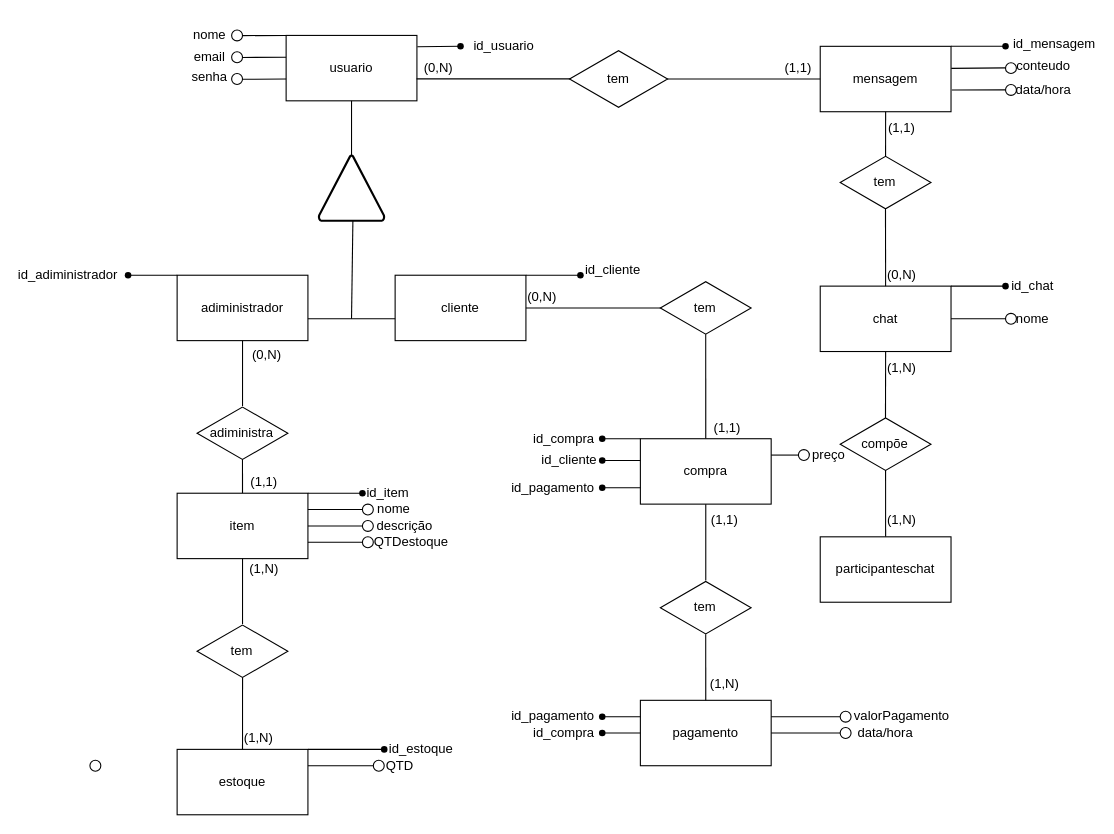
Above: modelo conceitual.drawio in AndreLuizWandscheerFranco/TCC (draw.io), before the change. Source tidied: cells renumbered, new cells numbered last; positions are measured from the earlier drawing's top-left corner, leaving out a move shared by most shapes. Both pictures are drawn from the tidied source at 109%, with x=0, y=0 at pixel (35, 19).
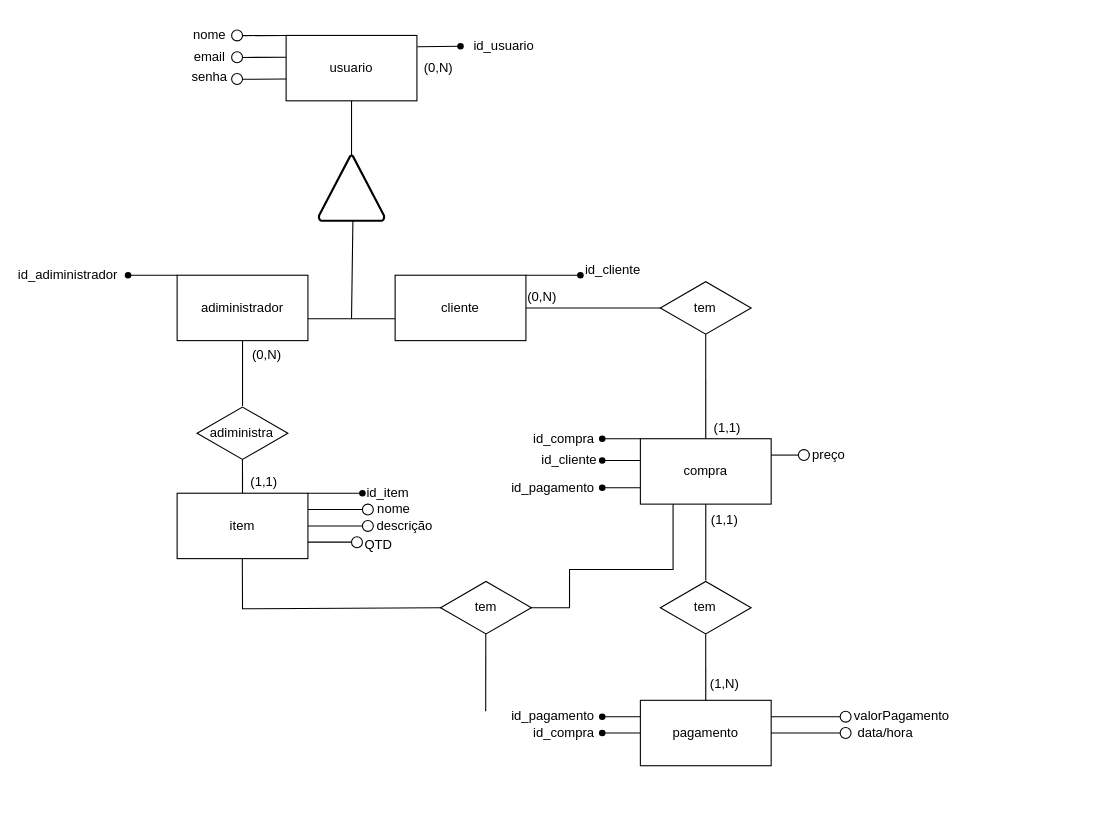
After the change.

The change refers to these unchanged cells:
```xml
<mxCell id="6" value="usuario" style="rounded=0;whiteSpace=wrap;html=1;" parent="1" vertex="1">
  <mxGeometry x="230" y="15" width="120" height="60" as="geometry" />
</mxCell>
<mxCell id="65" value="compra" style="rounded=0;whiteSpace=wrap;html=1;" parent="1" vertex="1">
  <mxGeometry x="555" y="385" width="120" height="60" as="geometry" />
</mxCell>
<mxCell id="101" value="item" style="rounded=0;whiteSpace=wrap;html=1;" parent="1" vertex="1">
  <mxGeometry x="130" y="435" width="120" height="60" as="geometry" />
</mxCell>
```

What changed in the source:
```diff
@@
-    <mxCell id="27" value="tem" style="html=1;whiteSpace=wrap;shape=isoRectangle;" parent="1" vertex="1">
-      <mxGeometry x="490" y="28" width="90" height="54" as="geometry" />
-    </mxCell>
-    <mxCell id="28" style="endArrow=none;html=1;rounded=0;entryX=0.015;entryY=0.497;entryDx=0;entryDy=0;entryPerimeter=0;exitX=0.997;exitY=0.665;exitDx=0;exitDy=0;exitPerimeter=0;" parent="1" edge="1" source="6" target="27">
-      <mxGeometry relative="1" as="geometry" />
-    </mxCell>
-    <mxCell id="29" value="mensagem" style="rounded=0;whiteSpace=wrap;html=1;" parent="1" vertex="1">
-      <mxGeometry x="720" y="25" width="120" height="60" as="geometry" />
-    </mxCell>
-    <mxCell id="30" style="endArrow=none;html=1;rounded=0;entryX=0;entryY=0.5;entryDx=0;entryDy=0;exitX=0.994;exitY=0.501;exitDx=0;exitDy=0;exitPerimeter=0;" parent="1" edge="1" source="27" target="29">
-      <mxGeometry relative="1" as="geometry" />
-    </mxCell>
@@
-    <mxCell id="32" value="(1,1)" style="text;html=1;align=center;verticalAlign=middle;whiteSpace=wrap;rounded=0;" parent="1" vertex="1">
-      <mxGeometry x="690" y="37.5" width="20" height="15" as="geometry" />
-    </mxCell>
-    <mxCell id="33" style="shape=waypoint;sketch=0;fillStyle=solid;size=6;fillColor=none;perimeter=centerPerimeter;" parent="1" vertex="1">
-      <mxGeometry x="880" y="15" width="20" height="20" as="geometry" />
-    </mxCell>
-    <mxCell id="34" style="endArrow=none;html=1;rounded=0;exitX=1;exitY=0;exitDx=0;exitDy=0;" parent="1" edge="1" source="29">
-      <mxGeometry relative="1" as="geometry">
-        <mxPoint x="890" y="25" as="targetPoint" />
-      </mxGeometry>
-    </mxCell>
-    <mxCell id="35" value="id_mensagem" style="text;html=1;align=center;verticalAlign=middle;whiteSpace=wrap;rounded=0;" parent="1" vertex="1">
-      <mxGeometry x="930" y="15" width="10" height="15" as="geometry" />
-    </mxCell>
-    <mxCell id="36" style="ellipse;whiteSpace=wrap;html=1;" parent="1" vertex="1">
-      <mxGeometry x="50" y="680" width="10" height="10" as="geometry" />
-    </mxCell>
-    <mxCell id="37" style="ellipse;whiteSpace=wrap;html=1;" parent="1" vertex="1">
-      <mxGeometry x="890" y="40" width="10" height="10" as="geometry" />
-    </mxCell>
-    <mxCell id="38" style="endArrow=none;html=1;rounded=0;exitX=1.002;exitY=0.673;exitDx=0;exitDy=0;exitPerimeter=0;" parent="1" edge="1">
-      <mxGeometry relative="1" as="geometry">
-        <mxPoint x="840.2" y="45.2" as="sourcePoint" />
-        <mxPoint x="890" y="44.8" as="targetPoint" />
-      </mxGeometry>
-    </mxCell>
-    <mxCell id="39" value="conteudo" style="text;html=1;align=center;verticalAlign=middle;whiteSpace=wrap;rounded=0;" parent="1" vertex="1">
-      <mxGeometry x="920" y="40" width="10" height="5" as="geometry" />
-    </mxCell>
-    <mxCell id="40" style="endArrow=none;html=1;rounded=0;exitX=1.006;exitY=0.669;exitDx=0;exitDy=0;exitPerimeter=0;entryX=-0.038;entryY=0.493;entryDx=0;entryDy=0;entryPerimeter=0;" parent="1" edge="1" source="29" target="41">
-      <mxGeometry relative="1" as="geometry" />
-    </mxCell>
-    <mxCell id="41" style="ellipse;whiteSpace=wrap;html=1;" parent="1" vertex="1">
-      <mxGeometry x="890" y="60" width="10" height="10" as="geometry" />
-    </mxCell>
-    <mxCell id="42" value="data/hora" style="text;html=1;align=center;verticalAlign=middle;whiteSpace=wrap;rounded=0;" parent="1" vertex="1">
-      <mxGeometry x="920" y="60" width="10" height="10" as="geometry" />
-    </mxCell>
-    <mxCell id="43" style="endArrow=none;html=1;rounded=0;entryX=0.5;entryY=1;entryDx=0;entryDy=0;exitX=0.5;exitY=0.016;exitDx=0;exitDy=0;exitPerimeter=0;" parent="1" edge="1" source="48" target="29">
-      <mxGeometry relative="1" as="geometry" />
-    </mxCell>
-    <mxCell id="44" value="chat" style="rounded=0;whiteSpace=wrap;html=1;" parent="1" vertex="1">
-      <mxGeometry x="720" y="245" width="120" height="60" as="geometry" />
-    </mxCell>
-    <mxCell id="45" style="shape=waypoint;sketch=0;fillStyle=solid;size=6;fillColor=none;perimeter=centerPerimeter;" parent="1" vertex="1">
-      <mxGeometry x="880" y="235" width="20" height="20" as="geometry" />
-    </mxCell>
-    <mxCell id="46" style="endArrow=none;html=1;rounded=0;exitX=1;exitY=0;exitDx=0;exitDy=0;" parent="1" edge="1">
-      <mxGeometry relative="1" as="geometry">
-        <mxPoint x="840" y="245" as="sourcePoint" />
-        <mxPoint x="890" y="245" as="targetPoint" />
-      </mxGeometry>
-    </mxCell>
-    <mxCell id="47" value="id_chat" style="text;html=1;align=center;verticalAlign=middle;whiteSpace=wrap;rounded=0;" parent="1" vertex="1">
-      <mxGeometry x="910" y="240" width="10" height="10" as="geometry" />
-    </mxCell>
-    <mxCell id="48" value="tem" style="html=1;whiteSpace=wrap;shape=isoRectangle;" parent="1" vertex="1">
-      <mxGeometry x="738.3" y="125" width="83.3" height="50" as="geometry" />
-    </mxCell>
-    <mxCell id="49" style="endArrow=none;html=1;rounded=0;entryX=0.499;entryY=0.977;entryDx=0;entryDy=0;entryPerimeter=0;exitX=0.5;exitY=0;exitDx=0;exitDy=0;" parent="1" edge="1" source="44" target="48">
-      <mxGeometry relative="1" as="geometry" />
-    </mxCell>
-    <mxCell id="50" value="(1,1)" style="text;html=1;align=center;verticalAlign=middle;whiteSpace=wrap;rounded=0;" parent="1" vertex="1">
-      <mxGeometry x="790" y="95" width="10" height="10" as="geometry" />
-    </mxCell>
-    <mxCell id="51" value="(0,N)" style="text;html=1;align=center;verticalAlign=middle;whiteSpace=wrap;rounded=0;" parent="1" vertex="1">
-      <mxGeometry x="790" y="230" width="10" height="10" as="geometry" />
-    </mxCell>
-    <mxCell id="52" style="ellipse;whiteSpace=wrap;html=1;" parent="1" vertex="1">
-      <mxGeometry x="890" y="270" width="10" height="10" as="geometry" />
-    </mxCell>
-    <mxCell id="53" style="endArrow=none;html=1;rounded=0;exitX=1;exitY=0.5;exitDx=0;exitDy=0;" parent="1" edge="1" source="44">
-      <mxGeometry relative="1" as="geometry">
-        <mxPoint x="890" y="275" as="targetPoint" />
-      </mxGeometry>
-    </mxCell>
-    <mxCell id="54" value="nome" style="text;html=1;align=center;verticalAlign=middle;whiteSpace=wrap;rounded=0;" parent="1" vertex="1">
-      <mxGeometry x="910" y="270" width="10" height="10" as="geometry" />
-    </mxCell>
@@
-    <mxCell id="56" value="compõe" style="html=1;whiteSpace=wrap;shape=isoRectangle;" parent="1" vertex="1">
-      <mxGeometry x="738.3" y="365" width="83.3" height="50" as="geometry" />
-    </mxCell>
-    <mxCell id="57" style="endArrow=none;html=1;rounded=0;entryX=0.5;entryY=1;entryDx=0;entryDy=0;exitX=0.499;exitY=0.02;exitDx=0;exitDy=0;exitPerimeter=0;" parent="1" edge="1" source="56" target="44">
-      <mxGeometry relative="1" as="geometry" />
-    </mxCell>
-    <mxCell id="58" style="endArrow=none;html=1;rounded=0;entryX=0.5;entryY=0.975;entryDx=0;entryDy=0;entryPerimeter=0;" parent="1" edge="1" target="56">
-      <mxGeometry relative="1" as="geometry">
-        <mxPoint x="780" y="475" as="sourcePoint" />
-      </mxGeometry>
-    </mxCell>
-    <mxCell id="59" value="participanteschat" style="rounded=0;whiteSpace=wrap;html=1;" parent="1" vertex="1">
-      <mxGeometry x="720" y="475" width="120" height="60" as="geometry" />
-    </mxCell>
-    <mxCell id="60" value="(1,N)" style="text;html=1;align=center;verticalAlign=middle;whiteSpace=wrap;rounded=0;" parent="1" vertex="1">
-      <mxGeometry x="790" y="315" width="10" height="10" as="geometry" />
-    </mxCell>
-    <mxCell id="61" value="(1,N)" style="text;html=1;align=center;verticalAlign=middle;whiteSpace=wrap;rounded=0;" parent="1" vertex="1">
-      <mxGeometry x="790" y="455" width="10" height="10" as="geometry" />
-    </mxCell>
@@
-    <mxCell id="108" style="endArrow=none;html=1;rounded=0;exitX=1;exitY=0.75;exitDx=0;exitDy=0;" parent="1" edge="1" source="101">
+    <mxCell id="108" style="endArrow=none;html=1;rounded=0;" parent="1" edge="1">
       <mxGeometry relative="1" as="geometry">
-        <mxPoint x="300" y="480" as="targetPoint" />
+        <mxPoint x="250" y="479.9" as="sourcePoint" />
+        <mxPoint x="290" y="479.9" as="targetPoint" />
+        <Array as="points">
+          <mxPoint x="270" y="479.9" />
+        </Array>
       </mxGeometry>
     </mxCell>
     <mxCell id="109" style="ellipse;whiteSpace=wrap;html=1;" parent="1" vertex="1">
-      <mxGeometry x="300" y="475" width="10" height="10" as="geometry" />
+      <mxGeometry x="290" y="475" width="10" height="10" as="geometry" />
     </mxCell>
-    <mxCell id="110" value="QTDestoque" style="text;html=1;align=center;verticalAlign=middle;whiteSpace=wrap;rounded=0;" parent="1" vertex="1">
-      <mxGeometry x="340" y="475" width="10" height="10" as="geometry" />
+    <mxCell id="110" value="QTD&lt;div&gt;&lt;br&gt;&lt;/div&gt;" style="text;html=1;align=center;verticalAlign=middle;whiteSpace=wrap;rounded=0;" parent="1" vertex="1">
+      <mxGeometry x="310" y="485" width="10" height="10" as="geometry" />
     </mxCell>
@@
-    <mxCell id="114" style="endArrow=none;html=1;rounded=0;entryX=0.5;entryY=1;entryDx=0;entryDy=0;" parent="1" edge="1" target="101">
-      <mxGeometry relative="1" as="geometry">
-        <mxPoint x="190" y="555" as="sourcePoint" />
-      </mxGeometry>
-    </mxCell>
-    <mxCell id="115" value="tem" style="html=1;whiteSpace=wrap;shape=isoRectangle;" parent="1" vertex="1">
-      <mxGeometry x="148.3" y="555" width="83.3" height="50" as="geometry" />
-    </mxCell>
-    <mxCell id="116" value="estoque" style="rounded=0;whiteSpace=wrap;html=1;" parent="1" vertex="1">
-      <mxGeometry x="130" y="670" width="120" height="60" as="geometry" />
-    </mxCell>
-    <mxCell id="117" style="endArrow=none;html=1;rounded=0;entryX=0.501;entryY=0.983;entryDx=0;entryDy=0;entryPerimeter=0;exitX=0.5;exitY=0;exitDx=0;exitDy=0;" parent="1" edge="1" source="116" target="115">
-      <mxGeometry relative="1" as="geometry" />
-    </mxCell>
-    <mxCell id="118" style="endArrow=none;html=1;rounded=0;exitX=1;exitY=0;exitDx=0;exitDy=0;" parent="1" edge="1" source="116">
-      <mxGeometry relative="1" as="geometry">
-        <mxPoint x="320" y="670" as="targetPoint" />
-      </mxGeometry>
-    </mxCell>
-    <mxCell id="119" style="shape=waypoint;sketch=0;fillStyle=solid;size=6;fillColor=none;perimeter=centerPerimeter;" parent="1" vertex="1">
-      <mxGeometry x="310" y="660" width="20" height="20" as="geometry" />
-    </mxCell>
-    <mxCell id="120" value="id_estoque" style="text;html=1;align=center;verticalAlign=middle;whiteSpace=wrap;rounded=0;" parent="1" vertex="1">
-      <mxGeometry x="324" y="655" width="60" height="30" as="geometry" />
-    </mxCell>
-    <mxCell id="121" style="endArrow=none;html=1;rounded=0;exitX=1;exitY=0.25;exitDx=0;exitDy=0;" parent="1" edge="1" source="116">
-      <mxGeometry relative="1" as="geometry">
-        <mxPoint x="310" y="685" as="targetPoint" />
-      </mxGeometry>
-    </mxCell>
-    <mxCell id="122" style="ellipse;whiteSpace=wrap;html=1;" parent="1" vertex="1">
-      <mxGeometry x="310" y="680" width="10" height="10" as="geometry" />
-    </mxCell>
-    <mxCell id="123" value="QTD" style="text;html=1;align=center;verticalAlign=middle;whiteSpace=wrap;rounded=0;" parent="1" vertex="1">
-      <mxGeometry x="330" y="680" width="9" height="10" as="geometry" />
-    </mxCell>
@@
-    <mxCell id="126" value="(1,N)" style="text;html=1;align=center;verticalAlign=middle;whiteSpace=wrap;rounded=0;" parent="1" vertex="1">
-      <mxGeometry x="195" y="495" width="30" height="20" as="geometry" />
-    </mxCell>
-    <mxCell id="127" value="(1,N)" style="text;html=1;align=center;verticalAlign=middle;whiteSpace=wrap;rounded=0;" parent="1" vertex="1">
-      <mxGeometry x="195" y="650" width="20" height="20" as="geometry" />
-    </mxCell>
+    <mxCell id="128" value="tem" style="html=1;whiteSpace=wrap;shape=isoRectangle;" parent="1" vertex="1">
+      <mxGeometry x="371.7" y="515" width="83.3" height="50" as="geometry" />
+    </mxCell>
+    <mxCell id="129" style="endArrow=none;html=1;rounded=0;entryX=0.25;entryY=1;entryDx=0;entryDy=0;exitX=0.997;exitY=0.501;exitDx=0;exitDy=0;exitPerimeter=0;" parent="1" edge="1" source="128" target="65">
+      <mxGeometry relative="1" as="geometry">
+        <Array as="points">
+          <mxPoint x="490" y="540" />
+          <mxPoint x="490" y="505" />
+          <mxPoint x="585" y="505" />
+        </Array>
+      </mxGeometry>
+    </mxCell>
+    <mxCell id="130" style="endArrow=none;html=1;rounded=0;entryX=0.5;entryY=1;entryDx=0;entryDy=0;exitX=0.012;exitY=0.5;exitDx=0;exitDy=0;exitPerimeter=0;" parent="1" edge="1" source="128">
+      <mxGeometry relative="1" as="geometry">
+        <mxPoint x="189.8" y="495" as="targetPoint" />
+        <Array as="points">
+          <mxPoint x="190" y="541" />
+        </Array>
+      </mxGeometry>
+    </mxCell>
+    <mxCell id="131" style="endArrow=none;html=1;rounded=0;entryX=0.498;entryY=0.978;entryDx=0;entryDy=0;entryPerimeter=0;" parent="1" edge="1" target="128">
+      <mxGeometry relative="1" as="geometry">
+        <mxPoint x="413.1" y="635" as="sourcePoint" />
+      </mxGeometry>
+    </mxCell>
```
